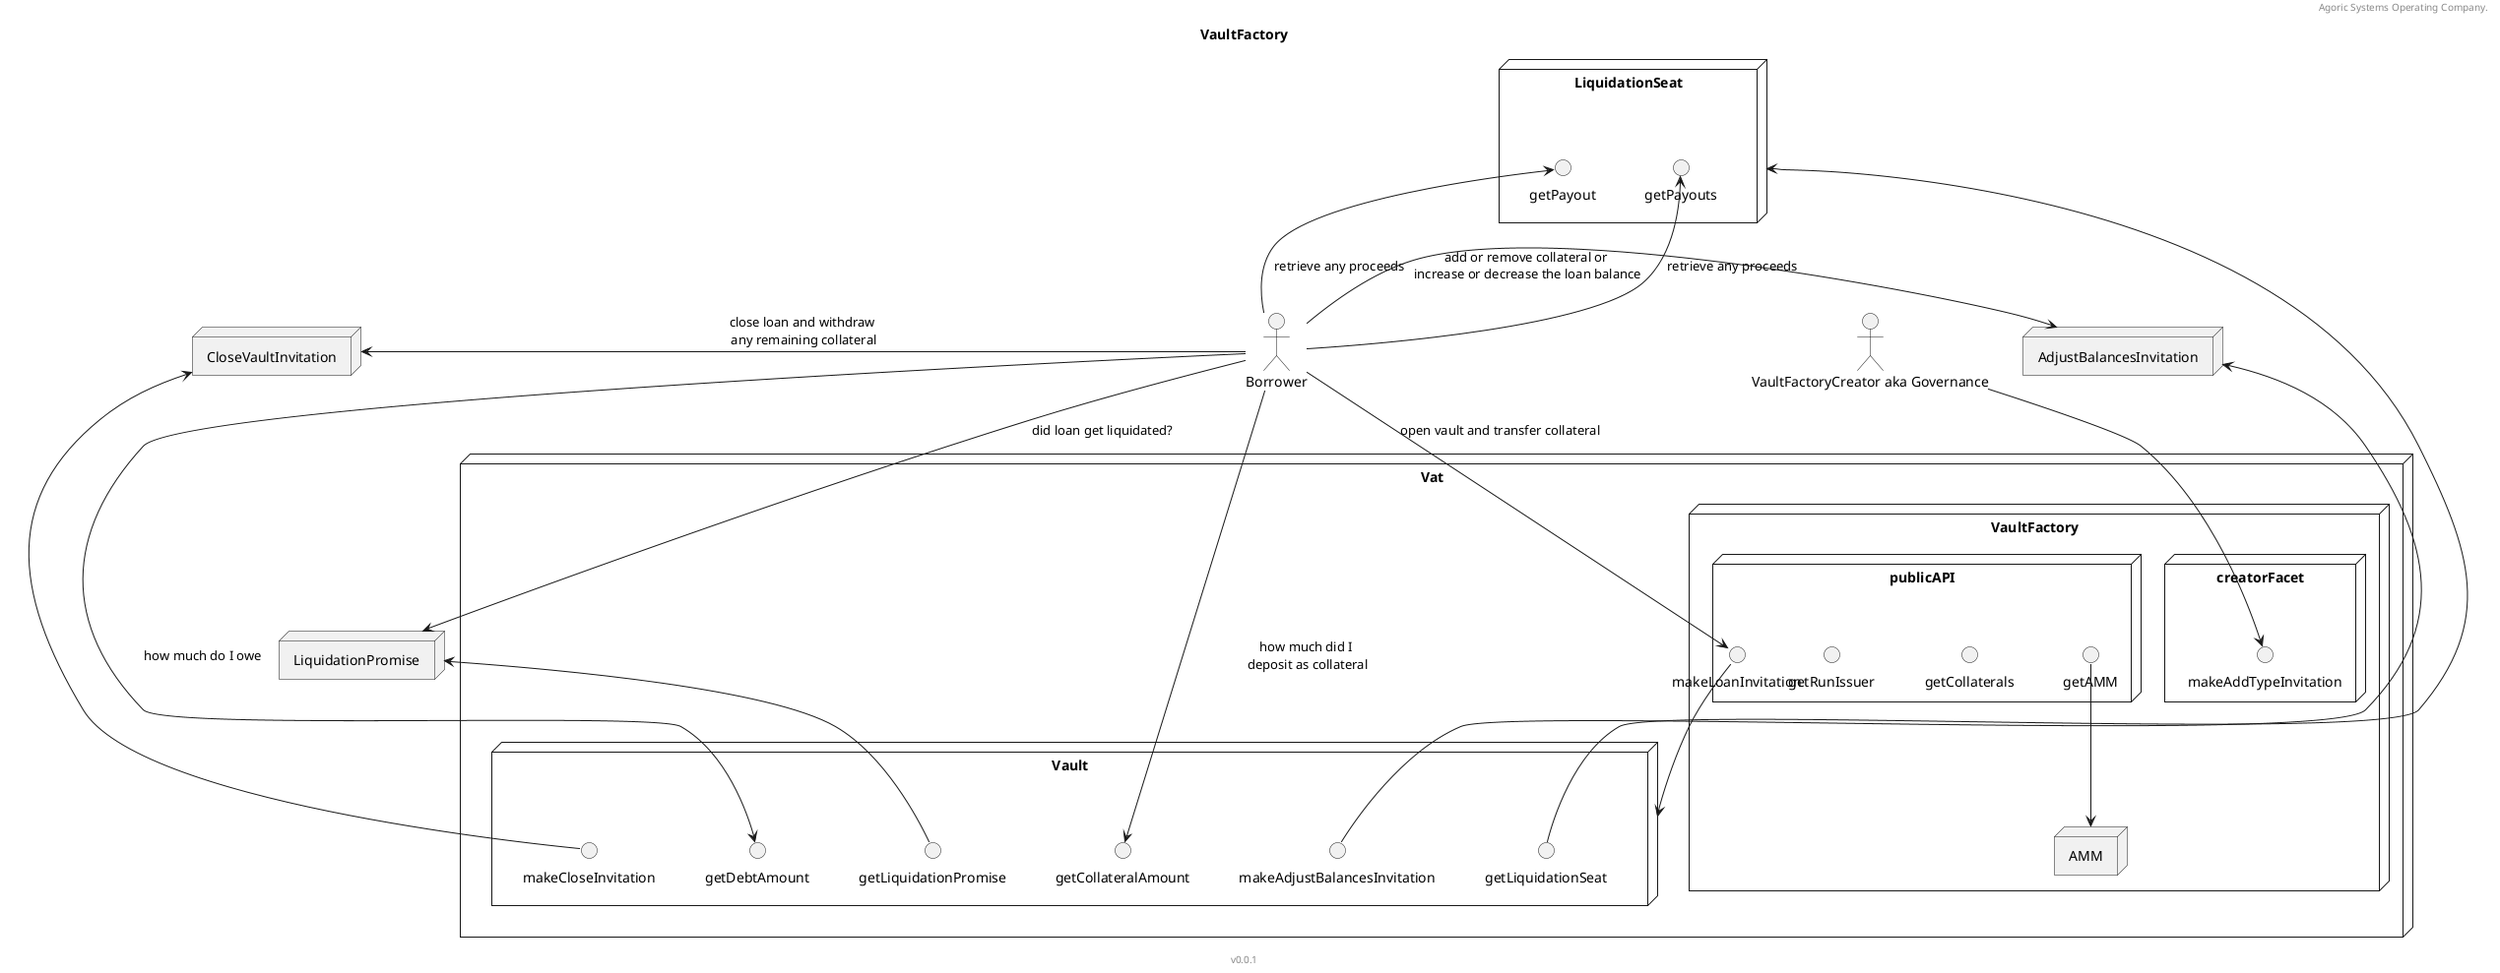
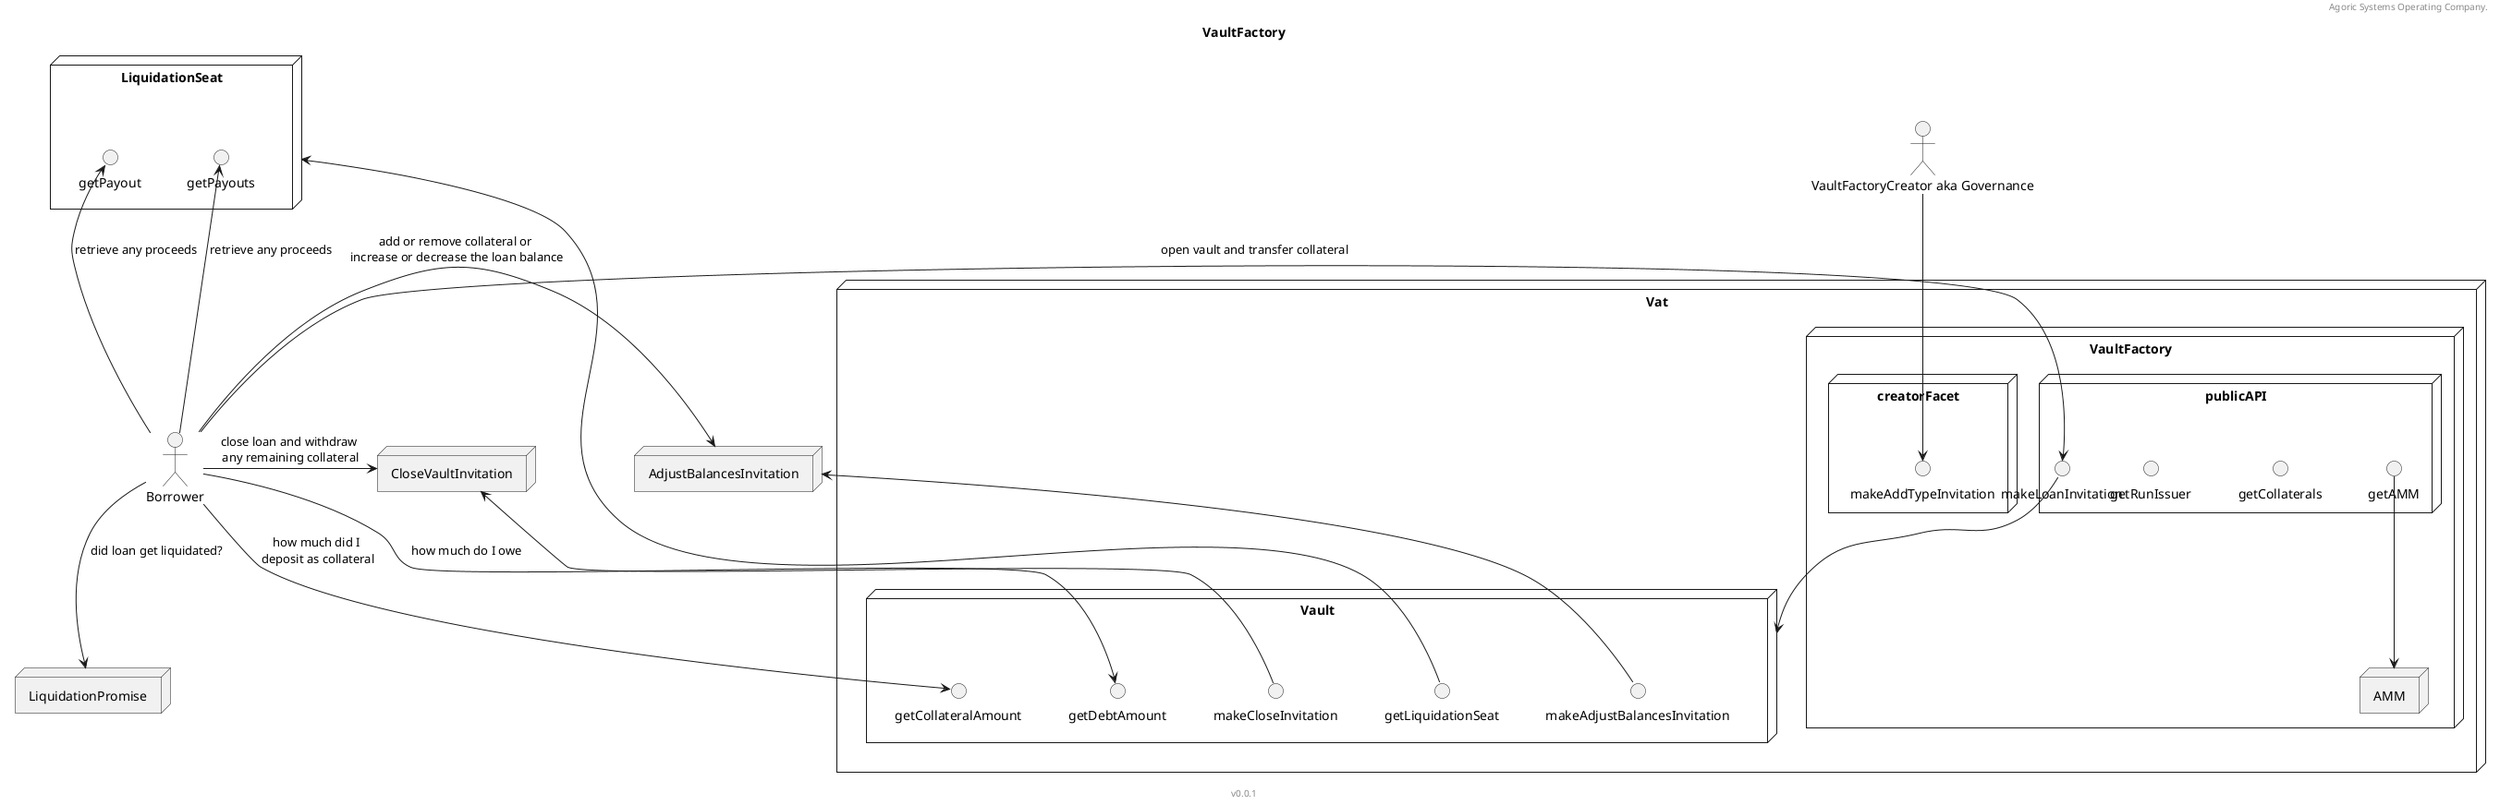
@startuml
header Agoric Systems Operating Company.
footer v0.0.1
title VaultFactory

skinparam componentStyle rectangle
skinparam defaultTextAlignment center


actor "VaultFactoryCreator aka Governance" as vfc

actor Borrower

node AdjustBalancesInvitation
node "CloseVaultInvitation"
node LiquidationPromise
node LiquidationSeat {
    circle getPayout
    circle getPayouts
}
node "Vat" {
    node VaultFactory {
        node AMM
        node "publicAPI" {
            circle getCollaterals
            circle makeLoanInvitation
            circle getRunIssuer
            circle getAMM
            getAMM -d-> AMM
        }
        node "creatorFacet" {
            circle makeAddTypeInvitation
        }
    }
    node "Vault" {
        circle makeCloseInvitation
        makeCloseInvitation -u-> CloseVaultInvitation
        circle makeAdjustBalancesInvitation
        makeAdjustBalancesInvitation -u-> AdjustBalancesInvitation
        circle getCollateralAmount
        circle getDebtAmount
        circle getLiquidationSeat
        getLiquidationSeat -u-> LiquidationSeat
-         circle getLiquidationPromise
-         getLiquidationPromise -u-> LiquidationPromise
    }
}
Borrower -> makeLoanInvitation: open vault and transfer collateral
makeLoanInvitation -d-> Vault
Borrower -u-> getPayout: retrieve any proceeds
Borrower -u-> getPayouts: retrieve any proceeds
Borrower -d-> LiquidationPromise: did loan get liquidated?
Borrower -> AdjustBalancesInvitation: add or remove collateral or \nincrease or decrease the loan balance
Borrower -l-> CloseVaultInvitation: close loan and withdraw \nany remaining collateral
vfc -d-> makeAddTypeInvitation
Borrower -d-> getDebtAmount: how much do I owe
Borrower -d-> getCollateralAmount: how much did I \ndeposit as collateral

@enduml